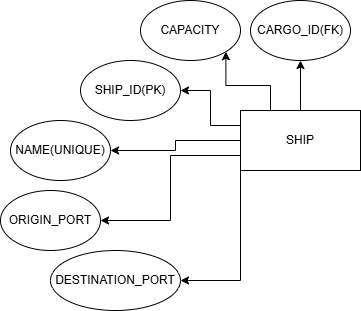
Earlier version of the draw.io export PortManagment.drawio.png (DarthRomolus/CarGarage). Source tidied: cells renumbered, new cells last; positions are measured from the earlier drawing's top-left corner, leaving out a move shared by most shapes.
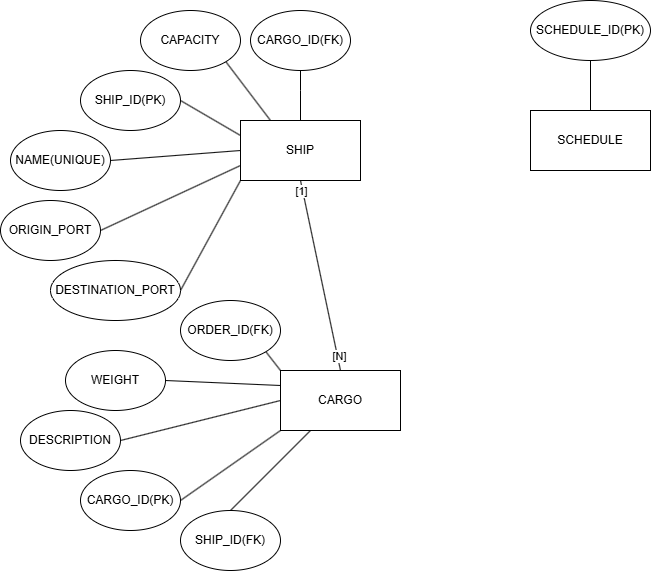
Above is the later version.

What changed in the source:
```diff
@@ -2,24 +2,39 @@
   <root>
     <mxCell id="0" />
     <mxCell id="1" parent="0" />
-    <mxCell id="2" style="edgeStyle=orthogonalEdgeStyle;rounded=0;jettySize=auto;html=1;exitX=0;exitY=1;exitDx=0;exitDy=0;entryX=1;entryY=0.5;entryDx=0;entryDy=0;" parent="1" edge="1" source="8" target="12">
+    <mxCell id="2" style="rounded=0;jettySize=auto;html=1;exitX=0;exitY=1;exitDx=0;exitDy=0;entryX=1;entryY=0.5;entryDx=0;entryDy=0;endArrow=none;startFill=0;" parent="1" edge="1" source="8" target="12">
       <mxGeometry relative="1" as="geometry" />
     </mxCell>
-    <mxCell id="3" style="edgeStyle=orthogonalEdgeStyle;rounded=0;jettySize=auto;html=1;exitX=0;exitY=0.75;exitDx=0;exitDy=0;entryX=1;entryY=0.5;entryDx=0;entryDy=0;" parent="1" edge="1" source="8" target="11">
+    <mxCell id="3" style="rounded=0;jettySize=auto;html=1;exitX=0;exitY=0.75;exitDx=0;exitDy=0;entryX=1;entryY=0.5;entryDx=0;entryDy=0;endArrow=none;startFill=0;" parent="1" edge="1" source="8" target="11">
       <mxGeometry relative="1" as="geometry" />
     </mxCell>
-    <mxCell id="4" style="edgeStyle=orthogonalEdgeStyle;rounded=0;jettySize=auto;html=1;exitX=0;exitY=0.5;exitDx=0;exitDy=0;entryX=1;entryY=0.5;entryDx=0;entryDy=0;" parent="1" edge="1" source="8" target="10">
+    <mxCell id="4" style="rounded=0;jettySize=auto;html=1;exitX=0;exitY=0.5;exitDx=0;exitDy=0;entryX=1;entryY=0.5;entryDx=0;entryDy=0;endArrow=none;startFill=0;" parent="1" edge="1" source="8" target="10">
       <mxGeometry relative="1" as="geometry" />
     </mxCell>
-    <mxCell id="5" style="edgeStyle=orthogonalEdgeStyle;rounded=0;jettySize=auto;html=1;exitX=0;exitY=0.25;exitDx=0;exitDy=0;entryX=1;entryY=0.5;entryDx=0;entryDy=0;" parent="1" edge="1" source="8" target="9">
+    <mxCell id="5" style="rounded=0;jettySize=auto;html=1;exitX=0;exitY=0.25;exitDx=0;exitDy=0;entryX=1;entryY=0.5;entryDx=0;entryDy=0;endArrow=none;startFill=0;" parent="1" edge="1" source="8" target="9">
       <mxGeometry relative="1" as="geometry" />
     </mxCell>
+    <mxCell id="7" style="rounded=0;jettySize=auto;html=1;exitX=0.25;exitY=0;exitDx=0;exitDy=0;entryX=1;entryY=1;entryDx=0;entryDy=0;endArrow=none;startFill=0;" parent="1" edge="1" source="8" target="13">
+      <mxGeometry relative="1" as="geometry" />
+    </mxCell>
-    <mxCell id="6" style="edgeStyle=orthogonalEdgeStyle;rounded=0;jettySize=auto;html=1;exitX=0.5;exitY=0;exitDx=0;exitDy=0;entryX=0.5;entryY=1;entryDx=0;entryDy=0;" parent="1" edge="1" source="8" target="14">
-      <mxGeometry relative="1" as="geometry" />
+    <mxCell id="6" style="rounded=0;jettySize=auto;html=1;exitX=0.5;exitY=0;exitDx=0;exitDy=0;endArrow=none;endFill=1;startFill=0;" parent="1" edge="1" source="8" target="14">
+      <mxGeometry relative="1" as="geometry">
+        <Array as="points">
+          <mxPoint x="300" y="80" />
+        </Array>
+      </mxGeometry>
     </mxCell>
-    <mxCell id="7" style="edgeStyle=orthogonalEdgeStyle;rounded=0;jettySize=auto;html=1;exitX=0.25;exitY=0;exitDx=0;exitDy=0;entryX=1;entryY=1;entryDx=0;entryDy=0;" parent="1" edge="1" source="8" target="13">
-      <mxGeometry relative="1" as="geometry" />
-    </mxCell>
+    <mxCell id="15" style="rounded=0;jettySize=auto;html=1;exitX=0.5;exitY=1;exitDx=0;exitDy=0;entryX=0.5;entryY=0;entryDx=0;entryDy=0;endArrow=none;startFill=0;" parent="1" edge="1" source="8" target="22">
+      <mxGeometry relative="1" as="geometry" />
+    </mxCell>
+    <mxCell id="16" value="[1]" style="edgeLabel;html=1;align=center;verticalAlign=middle;fontFamily=Helvetica;fontSize=11;fontColor=default;labelBackgroundColor=default;" parent="15" vertex="1">
+      <mxGeometry x="-0.35" y="-2" relative="1" as="geometry">
+        <mxPoint x="-11" y="-52" as="offset" />
+      </mxGeometry>
+    </mxCell>
+    <mxCell id="17" value="[N]" style="edgeLabel;html=1;align=center;verticalAlign=middle;fontFamily=Helvetica;fontSize=11;fontColor=default;labelBackgroundColor=default;" parent="15" vertex="1">
+      <mxGeometry x="0.85" y="1" relative="1" as="geometry" />
+    </mxCell>
     <mxCell id="8" value="SHIP" style="rounded=0;whiteSpace=wrap;html=1;" parent="1" vertex="1">
       <mxGeometry x="240" y="110" width="120" height="60" as="geometry" />
     </mxCell>
@@ -41,5 +56,47 @@
     <mxCell id="14" value="CARGO_ID(FK)" style="ellipse;whiteSpace=wrap;html=1;" parent="1" vertex="1">
       <mxGeometry x="250" width="100" height="60" as="geometry" />
     </mxCell>
+    <mxCell id="18" style="rounded=0;jettySize=auto;html=1;exitX=0;exitY=0.5;exitDx=0;exitDy=0;entryX=1;entryY=0.5;entryDx=0;entryDy=0;endArrow=none;startFill=0;" parent="1" edge="1" source="22" target="23">
+      <mxGeometry relative="1" as="geometry" />
+    </mxCell>
+    <mxCell id="19" style="rounded=0;jettySize=auto;html=1;exitX=0;exitY=0.25;exitDx=0;exitDy=0;entryX=1;entryY=0.5;entryDx=0;entryDy=0;endArrow=none;startFill=0;" parent="1" edge="1" source="22" target="26">
+      <mxGeometry relative="1" as="geometry" />
+    </mxCell>
+    <mxCell id="20" style="rounded=0;jettySize=auto;html=1;exitX=0.25;exitY=1;exitDx=0;exitDy=0;entryX=0.5;entryY=0;entryDx=0;entryDy=0;endArrow=none;startFill=0;" parent="1" edge="1" source="22" target="27">
+      <mxGeometry relative="1" as="geometry" />
+    </mxCell>
+    <mxCell id="21" style="rounded=0;jettySize=auto;html=1;exitX=0;exitY=0;exitDx=0;exitDy=0;entryX=1;entryY=1;entryDx=0;entryDy=0;endArrow=none;startFill=0;" parent="1" edge="1" source="22" target="28">
+      <mxGeometry relative="1" as="geometry" />
+    </mxCell>
+    <mxCell id="22" value="CARGO" style="rounded=0;whiteSpace=wrap;html=1;" parent="1" vertex="1">
+      <mxGeometry x="280" y="360" width="120" height="60" as="geometry" />
+    </mxCell>
+    <mxCell id="23" value="DESCRIPTION" style="ellipse;whiteSpace=wrap;html=1;" parent="1" vertex="1">
+      <mxGeometry x="20" y="400" width="100" height="60" as="geometry" />
+    </mxCell>
+    <mxCell id="24" value="CARGO_ID(PK)" style="ellipse;whiteSpace=wrap;html=1;" parent="1" vertex="1">
+      <mxGeometry x="80" y="460" width="100" height="60" as="geometry" />
+    </mxCell>
+    <mxCell id="25" style="rounded=0;jettySize=auto;html=1;exitX=0;exitY=1;exitDx=0;exitDy=0;entryX=1;entryY=0.5;entryDx=0;entryDy=0;entryPerimeter=0;endArrow=none;startFill=0;" parent="1" edge="1" source="22" target="24">
+      <mxGeometry relative="1" as="geometry" />
+    </mxCell>
+    <mxCell id="26" value="WEIGHT" style="ellipse;whiteSpace=wrap;html=1;" parent="1" vertex="1">
+      <mxGeometry x="65" y="340" width="100" height="60" as="geometry" />
+    </mxCell>
+    <mxCell id="27" value="SHIP_ID(FK)" style="ellipse;whiteSpace=wrap;html=1;" parent="1" vertex="1">
+      <mxGeometry x="180" y="500" width="100" height="60" as="geometry" />
+    </mxCell>
+    <mxCell id="28" value="ORDER_ID(FK)" style="ellipse;whiteSpace=wrap;html=1;" parent="1" vertex="1">
+      <mxGeometry x="180" y="290" width="100" height="60" as="geometry" />
+    </mxCell>
+    <mxCell id="29" style="edgeStyle=none;shape=connector;rounded=0;jettySize=auto;html=1;exitX=0.5;exitY=0;exitDx=0;exitDy=0;entryX=0.5;entryY=1;entryDx=0;entryDy=0;strokeColor=default;align=center;verticalAlign=middle;fontFamily=Helvetica;fontSize=11;fontColor=default;labelBackgroundColor=default;startFill=0;endArrow=none;" parent="1" edge="1" source="30" target="31">
+      <mxGeometry relative="1" as="geometry" />
+    </mxCell>
+    <mxCell id="30" value="SCHEDULE" style="rounded=0;whiteSpace=wrap;html=1;" parent="1" vertex="1">
+      <mxGeometry x="530" y="100" width="120" height="60" as="geometry" />
+    </mxCell>
+    <mxCell id="31" value="SCHEDULE_ID(PK)" style="ellipse;whiteSpace=wrap;html=1;" parent="1" vertex="1">
+      <mxGeometry x="530" y="-10" width="120" height="60" as="geometry" />
+    </mxCell>
   </root>
 </mxGraphModel>
```
